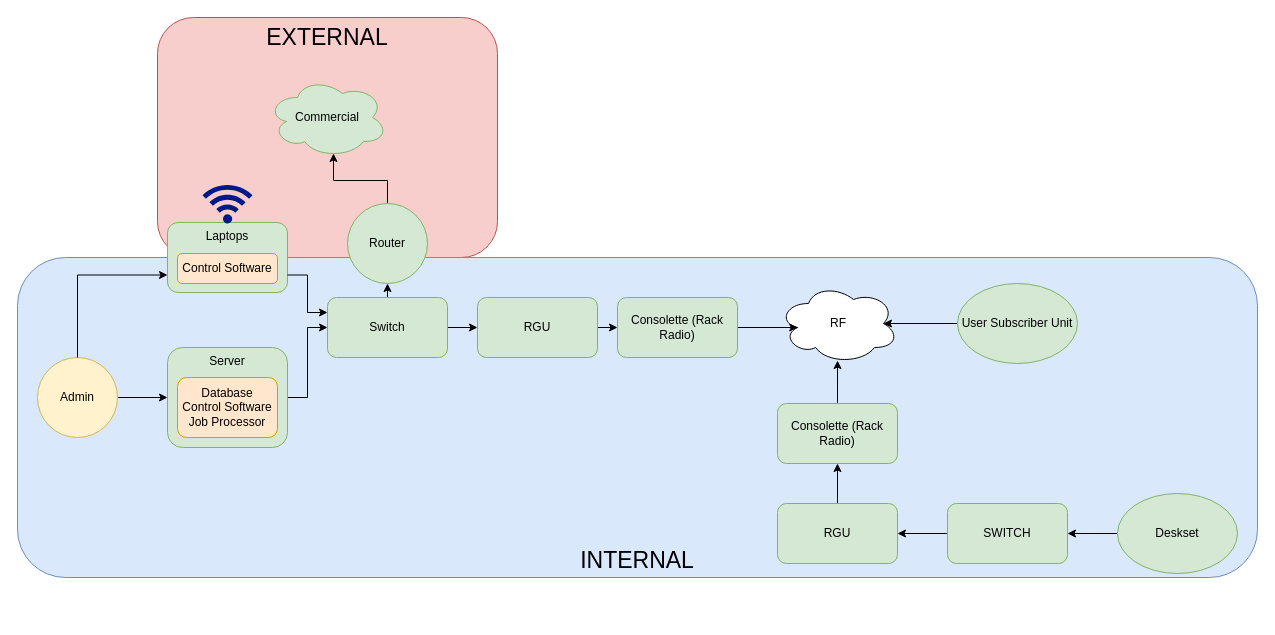
The draw.io diagram page "Page-2" (2 of 2) of Untitled Diagram.drawio in archolorin/shenanigans, before the edit. Source tidied: cells renumbered, new cells numbered last; positions are measured from the earlier drawing's top-left corner, leaving out a move shared by most shapes. Both pictures are drawn from the tidied source at 100%, with x=0, y=0 at pixel (17, 17).
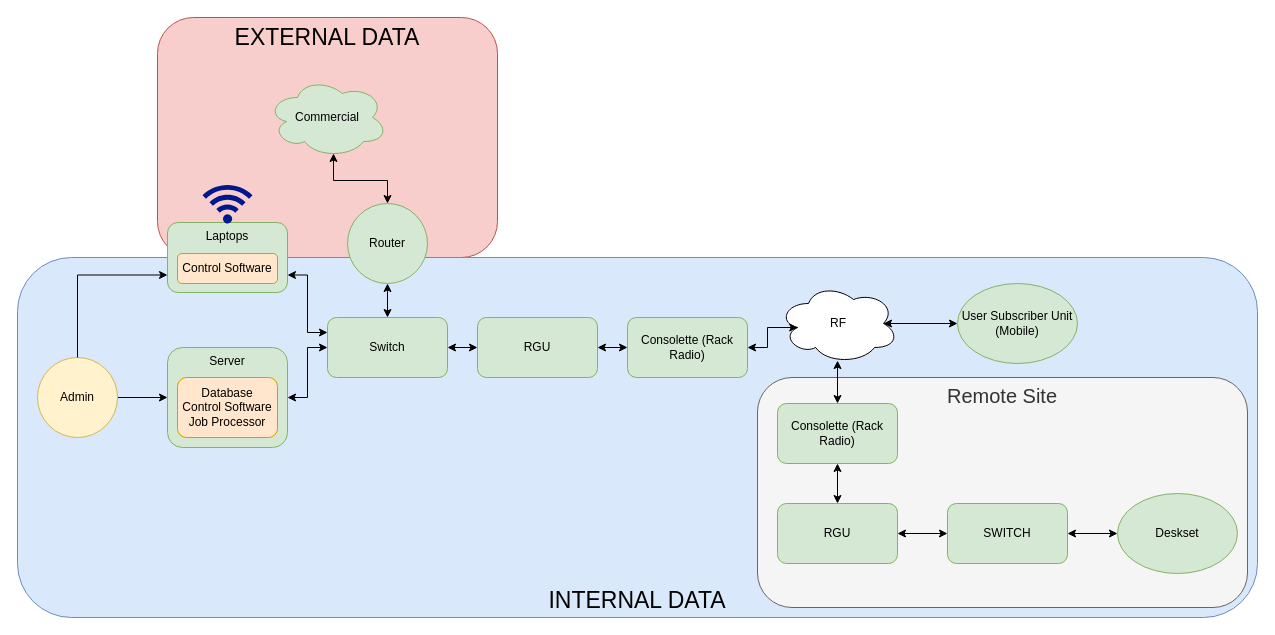
Above is the later version.

Unchanged cells that the change refers to:
```xml
<mxCell id="5" value="Consolette (Rack Radio)" style="rounded=1;whiteSpace=wrap;html=1;fillColor=#d5e8d4;strokeColor=#82b366;" parent="1" vertex="1">
  <mxGeometry x="760" y="386" width="120" height="60" as="geometry" />
</mxCell>
<mxCell id="7" value="RGU" style="rounded=1;whiteSpace=wrap;html=1;fillColor=#d5e8d4;strokeColor=#82b366;" parent="1" vertex="1">
  <mxGeometry x="760" y="486" width="120" height="60" as="geometry" />
</mxCell>
<mxCell id="9" value="SWITCH" style="rounded=1;whiteSpace=wrap;html=1;fillColor=#d5e8d4;strokeColor=#82b366;" parent="1" vertex="1">
  <mxGeometry x="930" y="486" width="120" height="60" as="geometry" />
</mxCell>
<mxCell id="11" value="Deskset" style="ellipse;whiteSpace=wrap;html=1;fillColor=#d5e8d4;strokeColor=#82b366;" parent="1" vertex="1">
  <mxGeometry x="1100" y="476" width="120" height="80" as="geometry" />
</mxCell>
<mxCell id="12" value="RF" style="ellipse;shape=cloud;whiteSpace=wrap;html=1;" parent="1" vertex="1">
  <mxGeometry x="761" y="266" width="120" height="80" as="geometry" />
</mxCell>
<mxCell id="16" value="Router" style="ellipse;whiteSpace=wrap;html=1;fillColor=#d5e8d4;strokeColor=#82b366;" parent="1" vertex="1">
  <mxGeometry x="330" y="186" width="80" height="80" as="geometry" />
</mxCell>
<mxCell id="23" value="Commercial" style="ellipse;shape=cloud;whiteSpace=wrap;html=1;fillColor=#d5e8d4;strokeColor=#82b366;" parent="1" vertex="1">
  <mxGeometry x="250" y="60" width="120" height="80" as="geometry" />
</mxCell>
<mxCell id="30" value="Server" style="rounded=1;whiteSpace=wrap;html=1;fillColor=#d5e8d4;strokeColor=#82b366;verticalAlign=top;" parent="29" vertex="1">
  <mxGeometry width="120" height="100" as="geometry" />
</mxCell>
<mxCell id="33" value="Laptops&lt;br&gt;" style="rounded=1;whiteSpace=wrap;html=1;fillColor=#d5e8d4;strokeColor=#82b366;verticalAlign=top;" parent="32" vertex="1">
  <mxGeometry width="120" height="70" as="geometry" />
</mxCell>
```

Change to the diagram source:
```diff
@@
-    <mxCell id="2" value="EXTERNAL" style="rounded=1;whiteSpace=wrap;html=1;fontSize=23;verticalAlign=top;fillColor=#f8cecc;strokeColor=#b85450;" parent="1" vertex="1">
+    <mxCell id="2" value="EXTERNAL DATA" style="rounded=1;whiteSpace=wrap;html=1;fontSize=23;verticalAlign=top;fillColor=#f8cecc;strokeColor=#b85450;" parent="1" vertex="1">
       <mxGeometry x="140" width="340" height="240" as="geometry" />
     </mxCell>
-    <mxCell id="3" value="INTERNAL" style="rounded=1;whiteSpace=wrap;html=1;verticalAlign=bottom;fontSize=23;fillColor=#dae8fc;strokeColor=#6c8ebf;" parent="1" vertex="1">
-      <mxGeometry y="240" width="1240" height="320" as="geometry" />
+    <mxCell id="3" value="INTERNAL DATA" style="rounded=1;whiteSpace=wrap;html=1;verticalAlign=bottom;fontSize=23;fillColor=#dae8fc;strokeColor=#6c8ebf;" parent="1" vertex="1">
+      <mxGeometry y="240" width="1240" height="360" as="geometry" />
     </mxCell>
+    <mxCell id="37" value="Remote Site" style="rounded=1;whiteSpace=wrap;html=1;fontSize=20;verticalAlign=top;fillColor=#f5f5f5;fontColor=#333333;strokeColor=#666666;" parent="1" vertex="1">
+      <mxGeometry x="740" y="360" width="490" height="230" as="geometry" />
+    </mxCell>
-    <mxCell id="4" style="edgeStyle=orthogonalEdgeStyle;rounded=0;jettySize=auto;html=1;exitX=0.5;exitY=0;exitDx=0;exitDy=0;entryX=0.492;entryY=0.963;entryDx=0;entryDy=0;entryPerimeter=0;startArrow=none;startFill=0;" parent="1" edge="1" source="5" target="12">
+    <mxCell id="4" style="edgeStyle=orthogonalEdgeStyle;rounded=0;jettySize=auto;html=1;exitX=0.5;exitY=0;exitDx=0;exitDy=0;entryX=0.492;entryY=0.963;entryDx=0;entryDy=0;entryPerimeter=0;startArrow=classic;startFill=1;" parent="1" edge="1" source="5" target="12">
       <mxGeometry relative="1" as="geometry" />
     </mxCell>
@@
-    <mxCell id="6" style="edgeStyle=orthogonalEdgeStyle;rounded=0;jettySize=auto;html=1;exitX=0.5;exitY=0;exitDx=0;exitDy=0;entryX=0.5;entryY=1;entryDx=0;entryDy=0;startArrow=none;startFill=0;" parent="1" edge="1" source="7" target="5">
+    <mxCell id="6" style="edgeStyle=orthogonalEdgeStyle;rounded=0;jettySize=auto;html=1;exitX=0.5;exitY=0;exitDx=0;exitDy=0;entryX=0.5;entryY=1;entryDx=0;entryDy=0;startArrow=classic;startFill=1;" parent="1" edge="1" source="7" target="5">
       <mxGeometry relative="1" as="geometry" />
     </mxCell>
@@
-    <mxCell id="8" style="edgeStyle=orthogonalEdgeStyle;rounded=0;jettySize=auto;html=1;exitX=0;exitY=0.5;exitDx=0;exitDy=0;entryX=1;entryY=0.5;entryDx=0;entryDy=0;startArrow=none;startFill=0;" parent="1" edge="1" source="9" target="7">
+    <mxCell id="8" style="edgeStyle=orthogonalEdgeStyle;rounded=0;jettySize=auto;html=1;exitX=0;exitY=0.5;exitDx=0;exitDy=0;entryX=1;entryY=0.5;entryDx=0;entryDy=0;startArrow=classic;startFill=1;" parent="1" edge="1" source="9" target="7">
       <mxGeometry relative="1" as="geometry" />
     </mxCell>
@@
-    <mxCell id="10" style="edgeStyle=orthogonalEdgeStyle;rounded=0;jettySize=auto;html=1;exitX=0;exitY=0.5;exitDx=0;exitDy=0;entryX=1;entryY=0.5;entryDx=0;entryDy=0;startArrow=none;startFill=0;" parent="1" edge="1" source="11" target="9">
+    <mxCell id="10" style="edgeStyle=orthogonalEdgeStyle;rounded=0;jettySize=auto;html=1;exitX=0;exitY=0.5;exitDx=0;exitDy=0;entryX=1;entryY=0.5;entryDx=0;entryDy=0;startArrow=classic;startFill=1;" parent="1" edge="1" source="11" target="9">
       <mxGeometry relative="1" as="geometry" />
     </mxCell>
@@
-    <mxCell id="13" style="edgeStyle=orthogonalEdgeStyle;rounded=0;jettySize=auto;html=1;exitX=0;exitY=0.5;exitDx=0;exitDy=0;entryX=0.875;entryY=0.5;entryDx=0;entryDy=0;entryPerimeter=0;startArrow=none;startFill=0;" parent="1" edge="1" source="14" target="12">
+    <mxCell id="13" style="edgeStyle=orthogonalEdgeStyle;rounded=0;jettySize=auto;html=1;exitX=0;exitY=0.5;exitDx=0;exitDy=0;entryX=0.875;entryY=0.5;entryDx=0;entryDy=0;entryPerimeter=0;startArrow=classic;startFill=1;" parent="1" edge="1" source="14" target="12">
       <mxGeometry relative="1" as="geometry" />
     </mxCell>
-    <mxCell id="14" value="User Subscriber Unit" style="ellipse;whiteSpace=wrap;html=1;fillColor=#d5e8d4;strokeColor=#82b366;" parent="1" vertex="1">
+    <mxCell id="14" value="User Subscriber Unit&lt;br&gt;(Mobile)" style="ellipse;whiteSpace=wrap;html=1;fillColor=#d5e8d4;strokeColor=#82b366;" parent="1" vertex="1">
       <mxGeometry x="940" y="266" width="120" height="80" as="geometry" />
     </mxCell>
-    <mxCell id="15" style="edgeStyle=orthogonalEdgeStyle;rounded=0;jettySize=auto;html=1;exitX=0.5;exitY=0;exitDx=0;exitDy=0;entryX=0.55;entryY=0.95;entryDx=0;entryDy=0;entryPerimeter=0;startArrow=none;startFill=0;" parent="1" edge="1" source="16" target="23">
+    <mxCell id="15" style="edgeStyle=orthogonalEdgeStyle;rounded=0;jettySize=auto;html=1;exitX=0.5;exitY=0;exitDx=0;exitDy=0;entryX=0.55;entryY=0.95;entryDx=0;entryDy=0;entryPerimeter=0;startArrow=classic;startFill=1;" parent="1" edge="1" source="16" target="23">
       <mxGeometry relative="1" as="geometry" />
     </mxCell>
@@
-    <mxCell id="17" style="edgeStyle=orthogonalEdgeStyle;rounded=0;jettySize=auto;html=1;exitX=1;exitY=0.5;exitDx=0;exitDy=0;entryX=0;entryY=0.5;entryDx=0;entryDy=0;startArrow=none;startFill=0;" parent="1" edge="1" source="18" target="25">
+    <mxCell id="17" style="edgeStyle=orthogonalEdgeStyle;rounded=0;jettySize=auto;html=1;exitX=1;exitY=0.5;exitDx=0;exitDy=0;entryX=0;entryY=0.5;entryDx=0;entryDy=0;startArrow=classic;startFill=1;" parent="1" edge="1" source="18" target="25">
       <mxGeometry relative="1" as="geometry" />
     </mxCell>
     <mxCell id="18" value="RGU" style="rounded=1;whiteSpace=wrap;html=1;fillColor=#d5e8d4;strokeColor=#82b366;" parent="1" vertex="1">
-      <mxGeometry x="460" y="280" width="120" height="60" as="geometry" />
+      <mxGeometry x="460" y="300" width="120" height="60" as="geometry" />
     </mxCell>
-    <mxCell id="19" style="edgeStyle=orthogonalEdgeStyle;rounded=0;jettySize=auto;html=1;exitX=0.5;exitY=0;exitDx=0;exitDy=0;entryX=0.5;entryY=1;entryDx=0;entryDy=0;startArrow=none;startFill=0;" parent="1" edge="1" source="21" target="16">
+    <mxCell id="19" style="edgeStyle=orthogonalEdgeStyle;rounded=0;jettySize=auto;html=1;exitX=0.5;exitY=0;exitDx=0;exitDy=0;entryX=0.5;entryY=1;entryDx=0;entryDy=0;startArrow=classic;startFill=1;" parent="1" edge="1" source="21" target="16">
       <mxGeometry relative="1" as="geometry" />
     </mxCell>
-    <mxCell id="20" style="edgeStyle=orthogonalEdgeStyle;rounded=0;jettySize=auto;html=1;exitX=1;exitY=0.5;exitDx=0;exitDy=0;entryX=0;entryY=0.5;entryDx=0;entryDy=0;startArrow=none;startFill=0;" parent="1" edge="1" source="21" target="18">
+    <mxCell id="20" style="edgeStyle=orthogonalEdgeStyle;rounded=0;jettySize=auto;html=1;exitX=1;exitY=0.5;exitDx=0;exitDy=0;entryX=0;entryY=0.5;entryDx=0;entryDy=0;startArrow=classic;startFill=1;" parent="1" edge="1" source="21" target="18">
       <mxGeometry relative="1" as="geometry" />
     </mxCell>
     <mxCell id="21" value="Switch" style="rounded=1;whiteSpace=wrap;html=1;fillColor=#d5e8d4;strokeColor=#82b366;" parent="1" vertex="1">
-      <mxGeometry x="310" y="280" width="120" height="60" as="geometry" />
+      <mxGeometry x="310" y="300" width="120" height="60" as="geometry" />
     </mxCell>
-    <mxCell id="22" style="edgeStyle=orthogonalEdgeStyle;rounded=0;jettySize=auto;html=1;exitX=1;exitY=0.5;exitDx=0;exitDy=0;entryX=0;entryY=0.5;entryDx=0;entryDy=0;startArrow=none;startFill=0;" parent="1" edge="1" source="30" target="21">
+    <mxCell id="22" style="edgeStyle=orthogonalEdgeStyle;rounded=0;jettySize=auto;html=1;exitX=1;exitY=0.5;exitDx=0;exitDy=0;entryX=0;entryY=0.5;entryDx=0;entryDy=0;startArrow=classic;startFill=1;" parent="1" edge="1" source="30" target="21">
       <mxGeometry relative="1" as="geometry" />
     </mxCell>
@@
-    <mxCell id="24" style="edgeStyle=orthogonalEdgeStyle;rounded=0;jettySize=auto;html=1;exitX=1;exitY=0.5;exitDx=0;exitDy=0;entryX=0.16;entryY=0.55;entryDx=0;entryDy=0;entryPerimeter=0;startArrow=none;startFill=0;" parent="1" edge="1" source="25" target="12">
+    <mxCell id="24" style="edgeStyle=orthogonalEdgeStyle;rounded=0;jettySize=auto;html=1;exitX=1;exitY=0.5;exitDx=0;exitDy=0;entryX=0.16;entryY=0.55;entryDx=0;entryDy=0;entryPerimeter=0;startArrow=classic;startFill=1;" parent="1" edge="1" source="25" target="12">
       <mxGeometry relative="1" as="geometry" />
     </mxCell>
     <mxCell id="25" value="Consolette (Rack Radio)" style="rounded=1;whiteSpace=wrap;html=1;fillColor=#d5e8d4;strokeColor=#82b366;" parent="1" vertex="1">
-      <mxGeometry x="600" y="280" width="120" height="60" as="geometry" />
+      <mxGeometry x="610" y="300" width="120" height="60" as="geometry" />
     </mxCell>
@@
-    <mxCell id="35" style="edgeStyle=orthogonalEdgeStyle;rounded=0;jettySize=auto;html=1;exitX=1;exitY=0.75;exitDx=0;exitDy=0;entryX=0;entryY=0.25;entryDx=0;entryDy=0;startArrow=none;startFill=0;endArrow=classic;endFill=1;" parent="1" edge="1" source="33" target="21">
+    <mxCell id="35" style="edgeStyle=orthogonalEdgeStyle;rounded=0;jettySize=auto;html=1;exitX=1;exitY=0.75;exitDx=0;exitDy=0;entryX=0;entryY=0.25;entryDx=0;entryDy=0;startArrow=classic;startFill=1;endArrow=classic;endFill=1;" parent="1" edge="1" source="33" target="21">
       <mxGeometry relative="1" as="geometry" />
     </mxCell>
```
